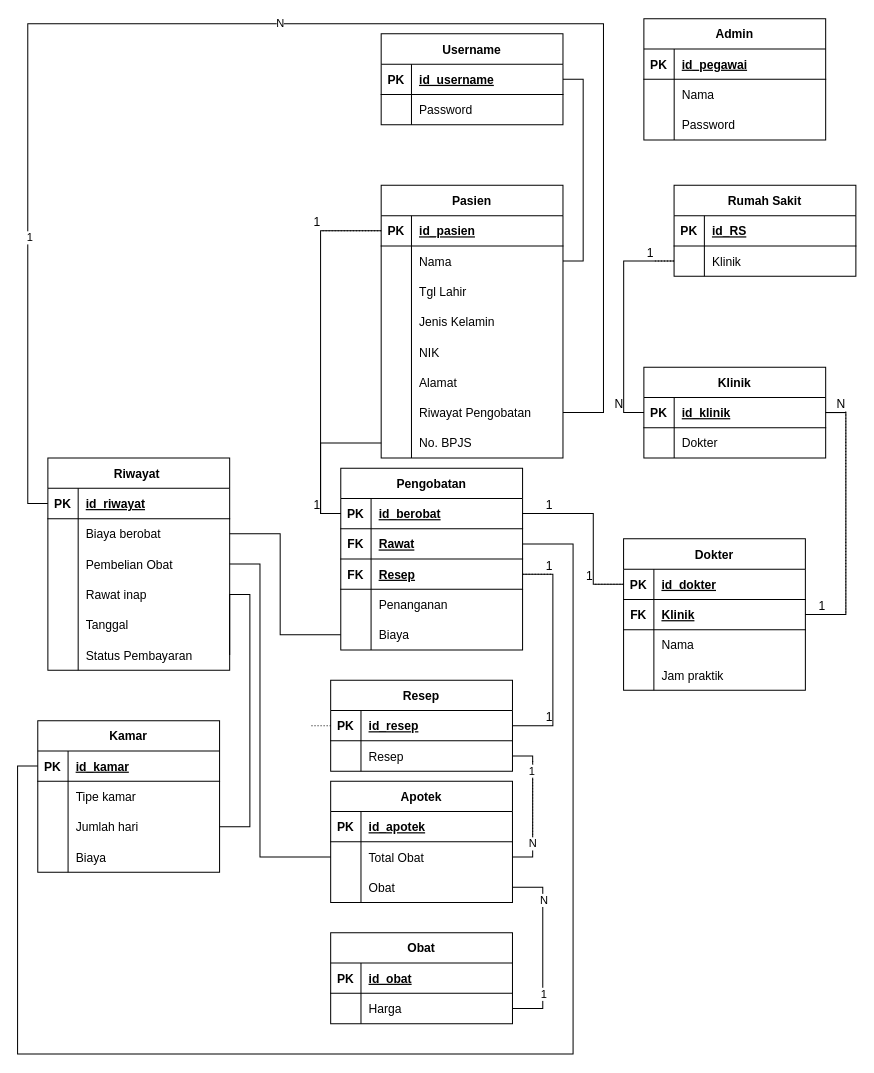
Ichikyube/Latihan-ERD keeps this draw.io diagram as latihan Normalisasi.drawio. Above is the earlier version. Source tidied: cells renumbered, new cells numbered last; positions are measured from the earlier drawing's top-left corner, leaving out a move shared by most shapes. Both pictures are drawn from the tidied source at 101%, with x=0, y=0 at pixel (17, 18).
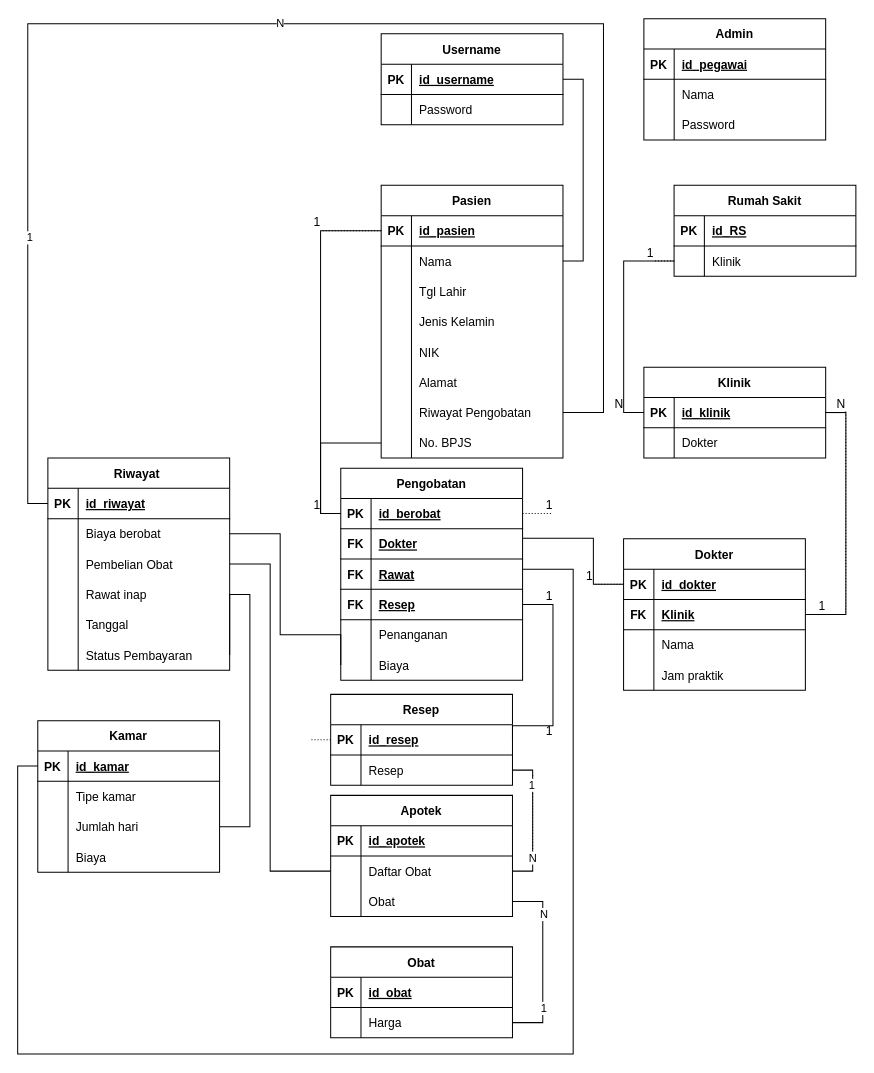
After the change.

Unchanged cells that the change refers to:
```xml
<mxCell id="28" style="shape=tableRow;horizontal=0;startSize=0;swimlaneHead=0;swimlaneBody=0;fillColor=none;points=[[0,0.5],[1,0.5]];portConstraint=eastwest;top=0;left=0;right=0;bottom=1;" parent="27" vertex="1">
  <mxGeometry y="30" width="180" height="30" as="geometry" />
</mxCell>
<mxCell id="58" style="shape=tableRow;horizontal=0;startSize=0;swimlaneHead=0;swimlaneBody=0;fillColor=none;points=[[0,0.5],[1,0.5]];portConstraint=eastwest;top=0;left=0;right=0;bottom=0;" parent="54" vertex="1">
  <mxGeometry y="60" width="180" height="30" as="geometry" />
</mxCell>
<mxCell id="66" style="shape=tableRow;horizontal=0;startSize=0;swimlaneHead=0;swimlaneBody=0;fillColor=none;points=[[0,0.5],[1,0.5]];portConstraint=eastwest;top=0;left=0;right=0;bottom=1;" parent="65" vertex="1">
  <mxGeometry y="30" width="180" height="30" as="geometry" />
</mxCell>
<mxCell id="69" style="shape=tableRow;horizontal=0;startSize=0;swimlaneHead=0;swimlaneBody=0;fillColor=none;points=[[0,0.5],[1,0.5]];portConstraint=eastwest;top=0;left=0;right=0;bottom=1;" parent="65" vertex="1">
  <mxGeometry y="60" width="180" height="30" as="geometry" />
</mxCell>
<mxCell id="72" style="shape=tableRow;horizontal=0;startSize=0;swimlaneHead=0;swimlaneBody=0;fillColor=none;top=0;left=0;right=0;bottom=1;" parent="65" vertex="1">
  <mxGeometry y="90" width="180" height="30" as="geometry" />
</mxCell>
<mxCell id="84" style="shape=tableRow;horizontal=0;startSize=0;swimlaneHead=0;swimlaneBody=0;fillColor=none;points=[[0,0.5],[1,0.5]];portConstraint=eastwest;top=0;left=0;right=0;bottom=1;" parent="83" vertex="1">
  <mxGeometry y="30" width="180" height="30" as="geometry" />
</mxCell>
<mxCell id="118" style="shape=tableRow;horizontal=0;startSize=0;swimlaneHead=0;swimlaneBody=0;fillColor=none;points=[[0,0.5],[1,0.5]];portConstraint=eastwest;top=0;left=0;right=0;bottom=1;" parent="117" vertex="1">
  <mxGeometry y="30" width="180" height="30" as="geometry" />
</mxCell>
<mxCell id="143" style="shape=tableRow;horizontal=0;startSize=0;swimlaneHead=0;swimlaneBody=0;fillColor=none;points=[[0,0.5],[1,0.5]];portConstraint=eastwest;top=0;left=0;right=0;bottom=0;" parent="139" vertex="1">
  <mxGeometry y="60" width="180" height="30" as="geometry" />
</mxCell>
<mxCell id="156" style="shape=tableRow;horizontal=0;startSize=0;swimlaneHead=0;swimlaneBody=0;fillColor=none;points=[[0,0.5],[1,0.5]];portConstraint=eastwest;top=0;left=0;right=0;bottom=0;" parent="149" vertex="1">
  <mxGeometry y="90" width="180" height="30" as="geometry" />
</mxCell>
```

Diff of the diagram source:
```diff
@@
     <mxCell id="54" value="Apotek" style="shape=table;startSize=30;childLayout=tableLayout;rowLines=0;fontStyle=1;align=center;" parent="1" vertex="1">
-      <mxGeometry x="309.9" y="755" width="180" height="120" as="geometry" />
+      <mxGeometry x="309.9" y="769" width="180" height="120" as="geometry" />
     </mxCell>
@@
-    <mxCell id="60" value="Total Obat" style="shape=partialRectangle;fillColor=none;top=0;left=0;bottom=0;right=0;align=left;spacingLeft=6;overflow=hidden;" parent="58" vertex="1">
+    <mxCell id="60" value="Daftar Obat" style="shape=partialRectangle;fillColor=none;top=0;left=0;bottom=0;right=0;align=left;spacingLeft=6;overflow=hidden;" parent="58" vertex="1">
       <mxGeometry x="30" width="150" height="30" as="geometry" />
     </mxCell>
@@
     <mxCell id="65" value="Pengobatan" style="shape=table;startSize=30;childLayout=tableLayout;rowLines=0;fontStyle=1;align=center;" parent="1" vertex="1">
-      <mxGeometry x="319.9" y="445" width="180" height="180" as="geometry" />
+      <mxGeometry x="319.9" y="445" width="180" height="210" as="geometry" />
     </mxCell>
@@
-    <mxCell id="71" value="Rawat" style="shape=partialRectangle;fillColor=none;top=0;left=0;bottom=0;right=0;align=left;spacingLeft=6;fontStyle=5;overflow=hidden;" parent="69" vertex="1">
+    <mxCell id="71" value="Dokter" style="shape=partialRectangle;fillColor=none;top=0;left=0;bottom=0;right=0;align=left;spacingLeft=6;fontStyle=5;overflow=hidden;" parent="69" vertex="1">
       <mxGeometry x="30" width="150" height="30" as="geometry" />
     </mxCell>
@@
-    <mxCell id="74" value="Resep" style="shape=partialRectangle;fillColor=none;top=0;left=0;bottom=0;right=0;align=left;spacingLeft=6;fontStyle=5;overflow=hidden;" parent="72" vertex="1">
+    <mxCell id="74" value="Rawat" style="shape=partialRectangle;fillColor=none;top=0;left=0;bottom=0;right=0;align=left;spacingLeft=6;fontStyle=5;overflow=hidden;" parent="72" vertex="1">
       <mxGeometry x="30" width="150" height="30" as="geometry" />
     </mxCell>
+    <mxCell id="184" style="shape=tableRow;horizontal=0;startSize=0;swimlaneHead=0;swimlaneBody=0;fillColor=none;points=[[0,0.5],[1,0.5]];portConstraint=eastwest;top=0;left=0;right=0;bottom=1;" parent="65" vertex="1">
+      <mxGeometry y="120" width="180" height="30" as="geometry" />
+    </mxCell>
+    <mxCell id="185" value="FK" style="shape=partialRectangle;fillColor=none;top=0;left=0;bottom=0;right=0;fontStyle=1;overflow=hidden;" parent="184" vertex="1">
+      <mxGeometry width="30" height="30" as="geometry" />
+    </mxCell>
+    <mxCell id="186" value="Resep" style="shape=partialRectangle;fillColor=none;top=0;left=0;bottom=0;right=0;align=left;spacingLeft=6;fontStyle=5;overflow=hidden;" parent="184" vertex="1">
+      <mxGeometry x="30" width="150" height="30" as="geometry" />
+    </mxCell>
     <mxCell id="75" style="shape=tableRow;horizontal=0;startSize=0;swimlaneHead=0;swimlaneBody=0;fillColor=none;top=0;left=0;right=0;bottom=0;" parent="65" vertex="1">
-      <mxGeometry y="120" width="180" height="30" as="geometry" />
+      <mxGeometry y="150" width="180" height="30" as="geometry" />
     </mxCell>
@@
     <mxCell id="78" style="shape=tableRow;horizontal=0;startSize=0;swimlaneHead=0;swimlaneBody=0;fillColor=none;points=[[0,0.5],[1,0.5]];portConstraint=eastwest;top=0;left=0;right=0;bottom=0;" parent="65" vertex="1">
-      <mxGeometry y="150" width="180" height="30" as="geometry" />
+      <mxGeometry y="180" width="180" height="30" as="geometry" />
     </mxCell>
@@
-    <mxCell id="81" style="edgeStyle=orthogonalEdgeStyle;rounded=0;jettySize=auto;html=1;entryX=1;entryY=0.5;entryDx=0;entryDy=0;endArrow=none;endFill=0;" parent="1" edge="1" source="28" target="66">
+    <mxCell id="81" style="edgeStyle=orthogonalEdgeStyle;rounded=0;jettySize=auto;html=1;entryX=0.999;entryY=0.317;entryDx=0;entryDy=0;endArrow=none;endFill=0;entryPerimeter=0;" parent="1" edge="1" source="28" target="69">
       <mxGeometry relative="1" as="geometry">
         <Array as="points">
-          <mxPoint x="569.9" y="560" />
-          <mxPoint x="569.9" y="490" />
+          <mxPoint x="570" y="560" />
+          <mxPoint x="570" y="515" />
+          <mxPoint x="500" y="515" />
         </Array>
       </mxGeometry>
     </mxCell>
@@
     <mxCell id="83" value="Resep" style="shape=table;startSize=30;childLayout=tableLayout;rowLines=0;fontStyle=1;align=center;" parent="1" vertex="1">
-      <mxGeometry x="309.9" y="655" width="180" height="90" as="geometry" />
+      <mxGeometry x="309.9" y="669" width="180" height="90" as="geometry" />
     </mxCell>
@@
-    <mxCell id="90" style="edgeStyle=orthogonalEdgeStyle;rounded=0;jettySize=auto;html=1;endArrow=none;endFill=0;entryX=1;entryY=0.5;entryDx=0;entryDy=0;" parent="1" edge="1" target="84">
+    <mxCell id="90" style="edgeStyle=orthogonalEdgeStyle;rounded=0;jettySize=auto;html=1;endArrow=none;endFill=0;entryX=1;entryY=0.5;entryDx=0;entryDy=0;exitX=1;exitY=0.5;exitDx=0;exitDy=0;" parent="1" edge="1" source="184" target="84">
       <mxGeometry relative="1" as="geometry">
-        <mxPoint x="499.9" y="550" as="sourcePoint" />
         <Array as="points">
-          <mxPoint x="499.9" y="550" />
-          <mxPoint x="529.9" y="550" />
-          <mxPoint x="529.9" y="700" />
+          <mxPoint x="530" y="580" />
+          <mxPoint x="530" y="700" />
         </Array>
       </mxGeometry>
     </mxCell>
@@
     <mxCell id="106" style="endArrow=none;html=1;rounded=0;dashed=1;dashPattern=1 2;" parent="1" edge="1">
       <mxGeometry relative="1" as="geometry">
-        <mxPoint x="509.9" y="735" as="sourcePoint" />
-        <mxPoint x="509.9" y="825" as="targetPoint" />
+        <mxPoint x="509.9" y="749" as="sourcePoint" />
+        <mxPoint x="509.9" y="839" as="targetPoint" />
       </mxGeometry>
     </mxCell>
@@
     <mxCell id="109" style="endArrow=none;html=1;rounded=0;dashed=1;dashPattern=1 2;" parent="1" edge="1">
       <mxGeometry relative="1" as="geometry">
-        <mxPoint x="499.9" y="550" as="sourcePoint" />
-        <mxPoint x="529.9" y="550" as="targetPoint" />
+        <mxPoint x="499.9" y="580" as="sourcePoint" />
+        <mxPoint x="529.9" y="580" as="targetPoint" />
       </mxGeometry>
     </mxCell>
@@
     <mxCell id="111" style="endArrow=none;html=1;rounded=0;dashed=1;dashPattern=1 2;exitX=0;exitY=0.5;exitDx=0;exitDy=0;" parent="1" edge="1" source="84">
       <mxGeometry relative="1" as="geometry">
-        <mxPoint x="289.9" y="700" as="targetPoint" />
+        <mxPoint x="289.9" y="714" as="targetPoint" />
       </mxGeometry>
     </mxCell>
@@
-    <mxCell id="130" style="edgeStyle=orthogonalEdgeStyle;rounded=0;jettySize=auto;html=1;entryX=0;entryY=0.5;entryDx=0;entryDy=0;endArrow=none;endFill=0;exitX=1;exitY=0.5;exitDx=0;exitDy=0;" parent="1" edge="1" source="69" target="118">
+    <mxCell id="130" style="edgeStyle=orthogonalEdgeStyle;rounded=0;jettySize=auto;html=1;entryX=0;entryY=0.5;entryDx=0;entryDy=0;endArrow=none;endFill=0;" parent="1" edge="1" target="118">
       <mxGeometry relative="1" as="geometry">
+        <mxPoint x="500" y="545" as="sourcePoint" />
         <Array as="points">
-          <mxPoint x="549.9" y="520" />
-          <mxPoint x="549.9" y="1025" />
-          <mxPoint x="-0.1" y="1025" />
-          <mxPoint x="-0.1" y="740" />
+          <mxPoint x="500" y="545" />
+          <mxPoint x="550" y="545" />
+          <mxPoint x="550" y="1025" />
+          <mxPoint y="1025" />
+          <mxPoint y="740" />
         </Array>
       </mxGeometry>
     </mxCell>
@@
     <mxCell id="139" value="Obat" style="shape=table;startSize=30;childLayout=tableLayout;rowLines=0;fontStyle=1;align=center;" parent="1" vertex="1">
-      <mxGeometry x="309.9" y="905" width="180" height="90" as="geometry" />
+      <mxGeometry x="309.9" y="919" width="180" height="90" as="geometry" />
     </mxCell>
@@
     <mxCell id="146" style="edgeStyle=orthogonalEdgeStyle;rounded=0;jettySize=auto;html=1;endArrow=none;endFill=0;" parent="1" edge="1" source="143">
       <mxGeometry relative="1" as="geometry">
-        <mxPoint x="489.9" y="860" as="targetPoint" />
+        <mxPoint x="489.9" y="874" as="targetPoint" />
         <Array as="points">
-          <mxPoint x="519.9" y="980" />
-          <mxPoint x="519.9" y="860" />
+          <mxPoint x="519.9" y="994" />
+          <mxPoint x="519.9" y="874" />
         </Array>
       </mxGeometry>
     </mxCell>
@@
     <mxCell id="171" style="edgeStyle=orthogonalEdgeStyle;rounded=0;jettySize=auto;html=1;endArrow=none;endFill=0;exitX=0;exitY=0.5;exitDx=0;exitDy=0;" parent="1" edge="1" source="58" target="156">
       <mxGeometry relative="1" as="geometry">
         <Array as="points">
-          <mxPoint x="239.9" y="830" />
-          <mxPoint x="239.9" y="540" />
+          <mxPoint x="250" y="844" />
+          <mxPoint x="250" y="540" />
         </Array>
       </mxGeometry>
     </mxCell>
```
